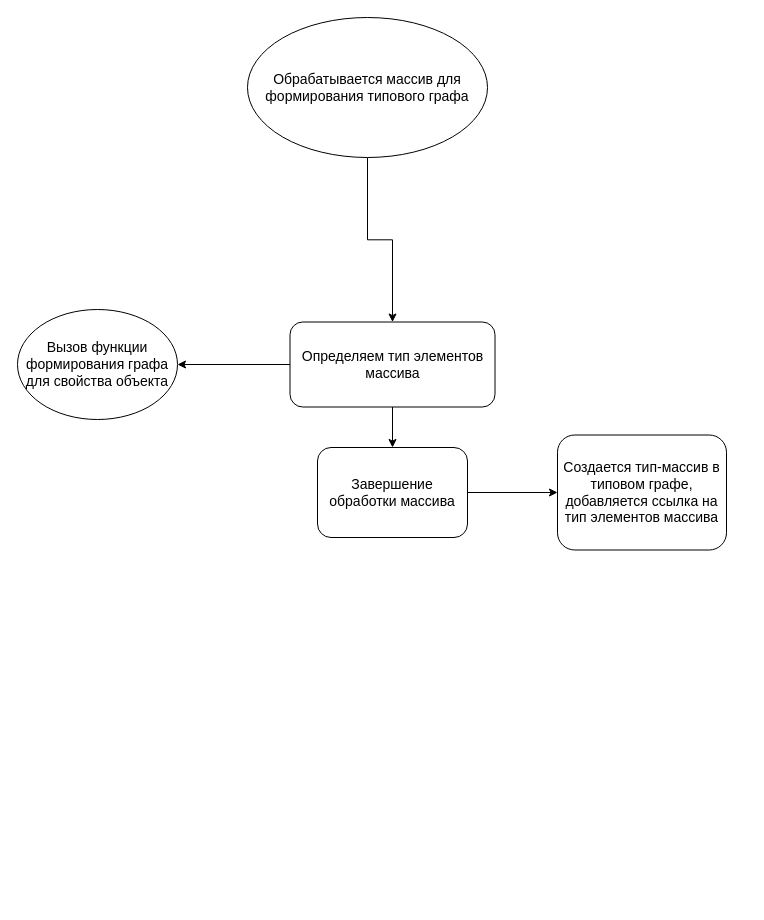
The draw.io diagram doc/Обработка массива для типового графа.drawio in mrsadman99/quicktypeJsonToJsonSchema, before the edit. Source tidied: cells renumbered, new cells numbered last; positions are measured from the earlier drawing's top-left corner, leaving out a move shared by most shapes. Both pictures are drawn from the tidied source at 100%, with x=0, y=0 at pixel (17, 17).
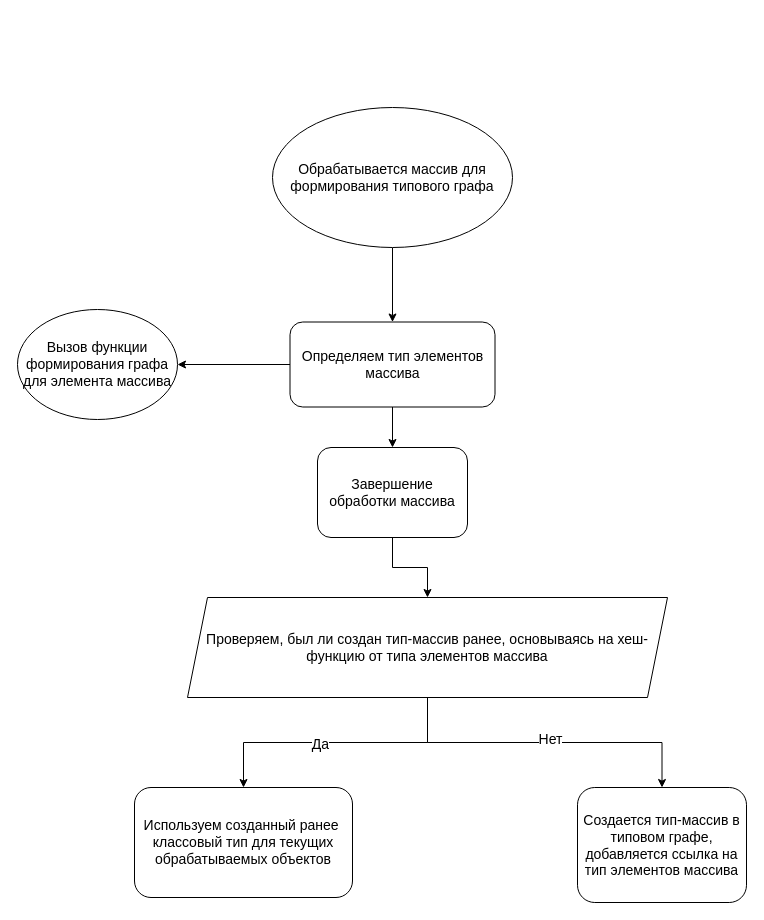
The same diagram, later.

Diff of the diagram source:
```diff
@@
 <mxGraphModel>
   <root>
     <mxCell id="0" />
     <mxCell id="1" parent="0" />
     <mxCell id="2" style="edgeStyle=orthogonalEdgeStyle;rounded=0;jettySize=auto;html=1;fontSize=14;exitX=0.5;exitY=1;exitDx=0;exitDy=0;" parent="1" edge="1" source="9" target="5">
       <mxGeometry relative="1" as="geometry" />
     </mxCell>
     <mxCell id="3" style="edgeStyle=orthogonalEdgeStyle;rounded=0;jettySize=auto;html=1;entryX=1;entryY=0.5;entryDx=0;entryDy=0;fontSize=14;exitX=0;exitY=0.5;exitDx=0;exitDy=0;" parent="1" edge="1" source="5" target="10">
       <mxGeometry relative="1" as="geometry" />
     </mxCell>
     <mxCell id="4" style="edgeStyle=orthogonalEdgeStyle;rounded=0;jettySize=auto;html=1;fontSize=14;" parent="1" edge="1" source="5" target="7">
       <mxGeometry relative="1" as="geometry" />
     </mxCell>
     <mxCell id="5" value="Определяем тип элементов массива" style="rounded=1;whiteSpace=wrap;html=1;fontSize=14;" parent="1" vertex="1">
       <mxGeometry x="272.5" y="304.5" width="205" height="85" as="geometry" />
     </mxCell>
-    <mxCell id="6" style="edgeStyle=orthogonalEdgeStyle;rounded=0;jettySize=auto;html=1;fontSize=14;" parent="1" edge="1" source="7" target="8">
-      <mxGeometry relative="1" as="geometry" />
-    </mxCell>
+    <mxCell id="11" style="edgeStyle=orthogonalEdgeStyle;rounded=0;jettySize=auto;html=1;entryX=0.5;entryY=0;entryDx=0;entryDy=0;fontSize=14;" parent="1" edge="1" source="7" target="17">
+      <mxGeometry relative="1" as="geometry" />
+    </mxCell>
     <mxCell id="7" value="Завершение обработки массива" style="rounded=1;whiteSpace=wrap;html=1;fontSize=14;" parent="1" vertex="1">
       <mxGeometry x="300" y="430" width="150" height="90" as="geometry" />
     </mxCell>
-    <mxCell id="8" value="Создается тип-массив в типовом графе, добавляется ссылка на тип элементов массива" style="rounded=1;whiteSpace=wrap;html=1;fontSize=14;" parent="1" vertex="1">
-      <mxGeometry x="540" y="417.5" width="169" height="115" as="geometry" />
-    </mxCell>
     <mxCell id="9" value="Обрабатывается массив для формирования типового графа" style="ellipse;whiteSpace=wrap;html=1;fontSize=14;" parent="1" vertex="1">
-      <mxGeometry x="230" width="240" height="140" as="geometry" />
+      <mxGeometry x="255" y="90" width="240" height="140" as="geometry" />
     </mxCell>
-    <mxCell id="10" value="Вызов функции формирования графа для свойства объекта" style="ellipse;whiteSpace=wrap;html=1;fontSize=14;" parent="1" vertex="1">
+    <mxCell id="10" value="Вызов функции формирования графа для элемента массива" style="ellipse;whiteSpace=wrap;html=1;fontSize=14;" parent="1" vertex="1">
       <mxGeometry y="292" width="160" height="110" as="geometry" />
     </mxCell>
+    <mxCell id="12" style="edgeStyle=orthogonalEdgeStyle;rounded=0;jettySize=auto;html=1;fontSize=14;" parent="1" edge="1" source="17" target="8">
+      <mxGeometry relative="1" as="geometry" />
+    </mxCell>
+    <mxCell id="13" value="Нет" style="edgeLabel;html=1;align=center;verticalAlign=middle;fontSize=14;" parent="12" vertex="1">
+      <mxGeometry x="0.03" y="4" relative="1" as="geometry" />
+    </mxCell>
+    <mxCell id="8" value="Создается тип-массив в типовом графе, добавляется ссылка на тип элементов массива" style="rounded=1;whiteSpace=wrap;html=1;fontSize=14;" parent="1" vertex="1">
+      <mxGeometry x="560" y="770" width="169" height="115" as="geometry" />
+    </mxCell>
+    <mxCell id="14" style="edgeStyle=orthogonalEdgeStyle;rounded=0;jettySize=auto;html=1;entryX=0.5;entryY=0;entryDx=0;entryDy=0;fontSize=14;" parent="1" edge="1" source="17" target="16">
+      <mxGeometry relative="1" as="geometry" />
+    </mxCell>
+    <mxCell id="15" value="Да" style="edgeLabel;html=1;align=center;verticalAlign=middle;fontSize=14;" parent="14" vertex="1">
+      <mxGeometry x="0.12" y="1" relative="1" as="geometry" />
+    </mxCell>
+    <mxCell id="16" value="Используем созданный ранее&amp;nbsp; классовый тип для текущих обрабатываемых объектов" style="rounded=1;whiteSpace=wrap;html=1;fontSize=14;" parent="1" vertex="1">
+      <mxGeometry x="117" y="770" width="218" height="110" as="geometry" />
+    </mxCell>
+    <mxCell id="17" value="Проверяем, был ли создан тип-массив ранее, основываясь на хеш-функцию от типа элементов массива" style="shape=parallelogram;perimeter=parallelogramPerimeter;whiteSpace=wrap;html=1;fixedSize=1;fontSize=14;" parent="1" vertex="1">
+      <mxGeometry x="170" y="580" width="480" height="100" as="geometry" />
+    </mxCell>
   </root>
 </mxGraphModel>
```
